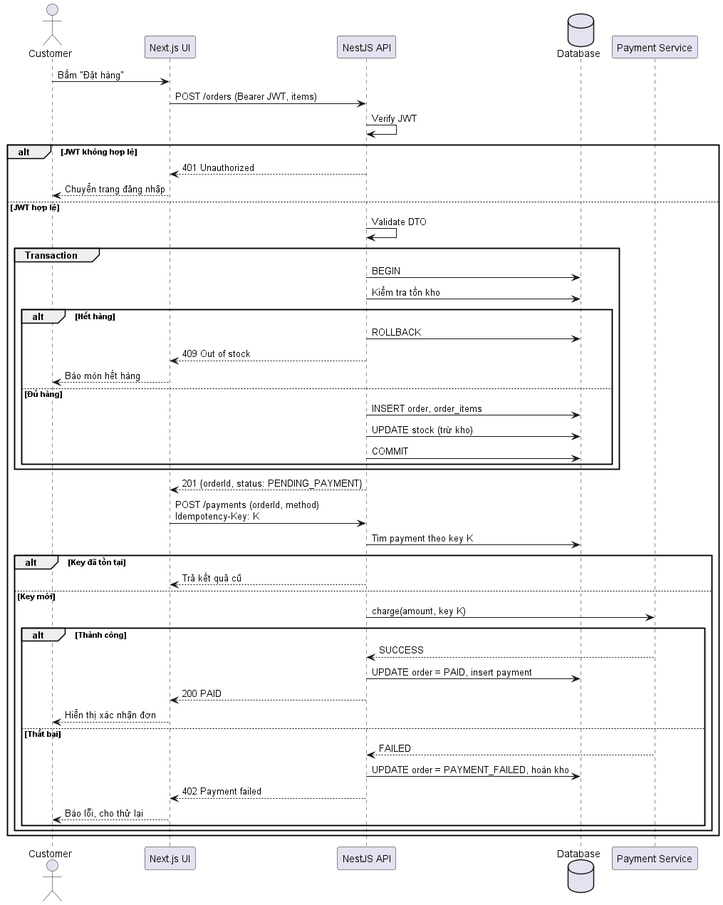
Earlier version of the PlantUML export docs/diagrams/sequence-checkout.png (nhattranhuynhthien/BrewLite_Assignment_2). Source of this version:
```plantuml
@startuml sequence-checkout
actor Customer
participant "Next.js UI" as UI
participant "NestJS API" as API
database "Database" as DB
participant "Payment Service" as PAY

Customer -> UI: Bấm "Đặt hàng"
UI -> API: POST /orders (Bearer JWT, items)
API -> API: Verify JWT
alt JWT không hợp lệ
  API --> UI: 401 Unauthorized
  UI --> Customer: Chuyển trang đăng nhập
else JWT hợp lệ
  API -> API: Validate DTO
  group Transaction
    API -> DB: BEGIN
    API -> DB: Kiểm tra tồn kho
    alt Hết hàng
      API -> DB: ROLLBACK
      API --> UI: 409 Out of stock
      UI --> Customer: Báo món hết hàng
    else Đủ hàng
      API -> DB: INSERT order, order_items
      API -> DB: UPDATE stock (trừ kho)
      API -> DB: COMMIT
    end
  end
  API --> UI: 201 {orderId, status: PENDING_PAYMENT}

  UI -> API: POST /payments (orderId, method)\nIdempotency-Key: K
  API -> DB: Tìm payment theo key K
  alt Key đã tồn tại
    API --> UI: Trả kết quả cũ
  else Key mới
    API -> PAY: charge(amount, key K)
    alt Thành công
      PAY --> API: SUCCESS
      API -> DB: UPDATE order = PAID, insert payment
      API --> UI: 200 PAID
      UI --> Customer: Hiển thị xác nhận đơn
    else Thất bại
      PAY --> API: FAILED
      API -> DB: UPDATE order = PAYMENT_FAILED, hoàn kho
      API --> UI: 402 Payment failed
      UI --> Customer: Báo lỗi, cho thử lại
    end
  end
end
@enduml
```
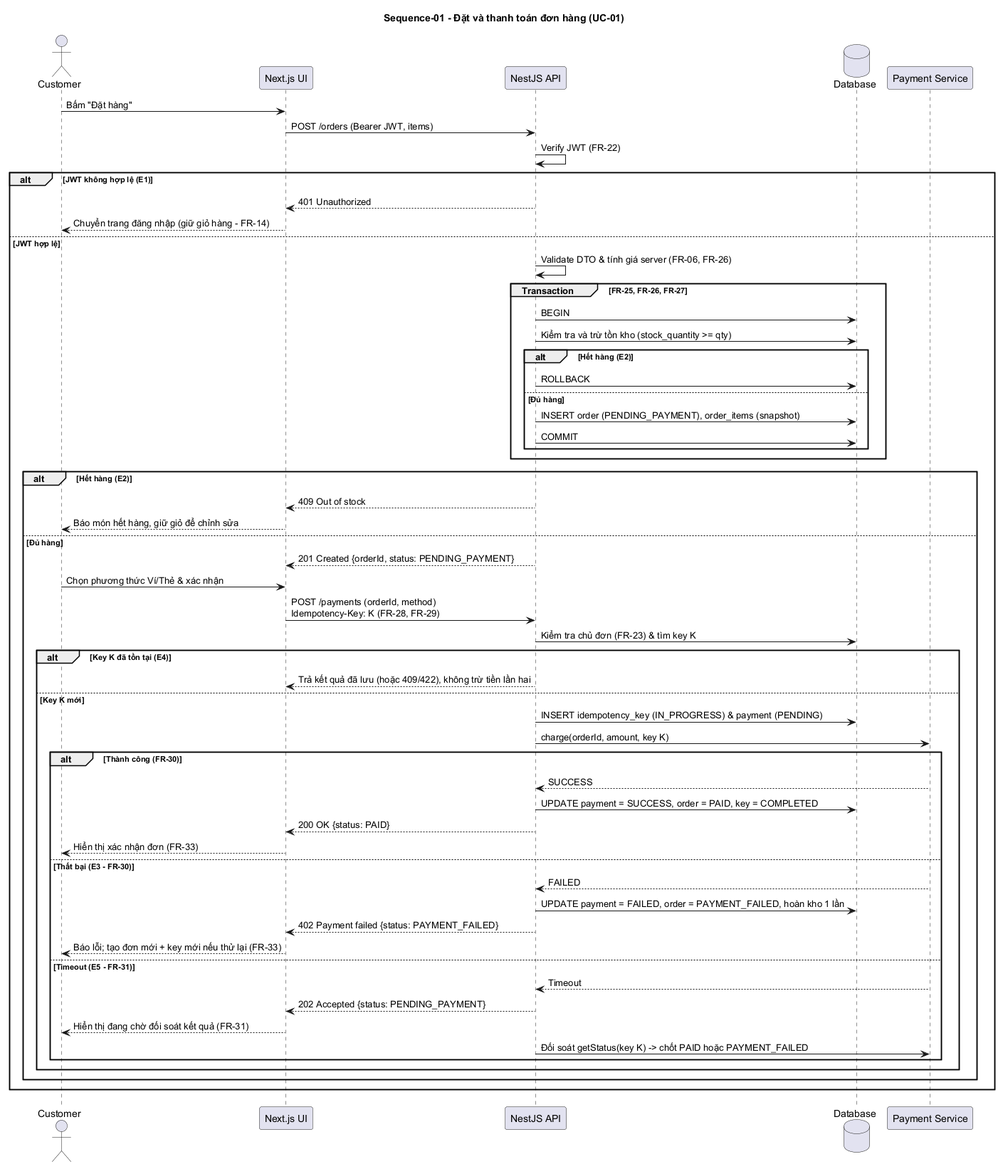
Above is the later version.

The edit, as a diff of the source:
```diff
@@ -1,4 +1,5 @@
 @startuml sequence-checkout
+title Sequence-01 - Đặt và thanh toán đơn hàng (UC-01)
 actor Customer
 participant "Next.js UI" as UI
 participant "NestJS API" as API
@@ -7,44 +8,53 @@
 
 Customer -> UI: Bấm "Đặt hàng"
 UI -> API: POST /orders (Bearer JWT, items)
-API -> API: Verify JWT
-alt JWT không hợp lệ
+API -> API: Verify JWT (FR-22)
+alt JWT không hợp lệ (E1)
   API --> UI: 401 Unauthorized
-  UI --> Customer: Chuyển trang đăng nhập
+  UI --> Customer: Chuyển trang đăng nhập (giữ giỏ hàng - FR-14)
 else JWT hợp lệ
-  API -> API: Validate DTO
-  group Transaction
+  API -> API: Validate DTO & tính giá server (FR-06, FR-26)
+  group Transaction [FR-25, FR-26, FR-27]
     API -> DB: BEGIN
-    API -> DB: Kiểm tra tồn kho
-    alt Hết hàng
+    API -> DB: Kiểm tra và trừ tồn kho (stock_quantity >= qty)
+    alt Hết hàng (E2)
       API -> DB: ROLLBACK
-      API --> UI: 409 Out of stock
-      UI --> Customer: Báo món hết hàng
     else Đủ hàng
-      API -> DB: INSERT order, order_items
-      API -> DB: UPDATE stock (trừ kho)
+      API -> DB: INSERT order (PENDING_PAYMENT), order_items (snapshot)
       API -> DB: COMMIT
     end
   end
-  API --> UI: 201 {orderId, status: PENDING_PAYMENT}
+  alt Hết hàng (E2)
+    API --> UI: 409 Out of stock
+    UI --> Customer: Báo món hết hàng, giữ giỏ để chỉnh sửa
+  else Đủ hàng
+    API --> UI: 201 Created {orderId, status: PENDING_PAYMENT}
 
-  UI -> API: POST /payments (orderId, method)\nIdempotency-Key: K
-  API -> DB: Tìm payment theo key K
-  alt Key đã tồn tại
-    API --> UI: Trả kết quả cũ
-  else Key mới
-    API -> PAY: charge(amount, key K)
-    alt Thành công
-      PAY --> API: SUCCESS
-      API -> DB: UPDATE order = PAID, insert payment
-      API --> UI: 200 PAID
-      UI --> Customer: Hiển thị xác nhận đơn
-    else Thất bại
-      PAY --> API: FAILED
-      API -> DB: UPDATE order = PAYMENT_FAILED, hoàn kho
-      API --> UI: 402 Payment failed
-      UI --> Customer: Báo lỗi, cho thử lại
-    end
+    Customer -> UI: Chọn phương thức Ví/Thẻ & xác nhận
+    UI -> API: POST /payments (orderId, method)\nIdempotency-Key: K (FR-28, FR-29)
+      API -> DB: Kiểm tra chủ đơn (FR-23) & tìm key K
+      alt Key K đã tồn tại (E4)
+        API --> UI: Trả kết quả đã lưu (hoặc 409/422), không trừ tiền lần hai
+      else Key K mới
+        API -> DB: INSERT idempotency_key (IN_PROGRESS) & payment (PENDING)
+        API -> PAY: charge(orderId, amount, key K)
+        alt Thành công (FR-30)
+          PAY --> API: SUCCESS
+          API -> DB: UPDATE payment = SUCCESS, order = PAID, key = COMPLETED
+          API --> UI: 200 OK {status: PAID}
+          UI --> Customer: Hiển thị xác nhận đơn (FR-33)
+        else Thất bại (E3 - FR-30)
+          PAY --> API: FAILED
+          API -> DB: UPDATE payment = FAILED, order = PAYMENT_FAILED, hoàn kho 1 lần
+          API --> UI: 402 Payment failed {status: PAYMENT_FAILED}
+          UI --> Customer: Báo lỗi; tạo đơn mới + key mới nếu thử lại (FR-33)
+        else Timeout (E5 - FR-31)
+          PAY --> API: Timeout
+          API --> UI: 202 Accepted {status: PENDING_PAYMENT}
+          UI --> Customer: Hiển thị đang chờ đối soát kết quả (FR-31)
+          API -> PAY: Đối soát getStatus(key K) -> chốt PAID hoặc PAYMENT_FAILED
+        end
+      end
   end
 end
 @enduml
```
